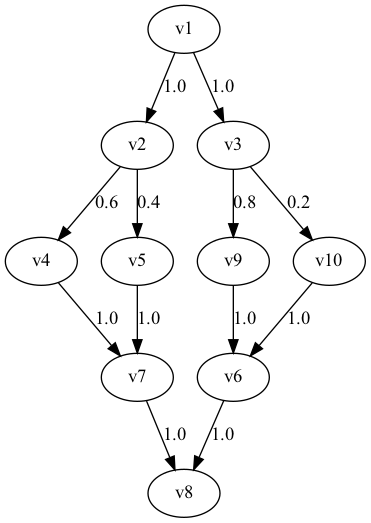
Before: src/main/resources/app_graph_pictures/APP10.png, a diagram exported from Graphviz (StudentWwg/Serverless-Workflow-Modeling-Optimization). Its source is kept beside it as src/main/resources/dot_file/APP10.dot.
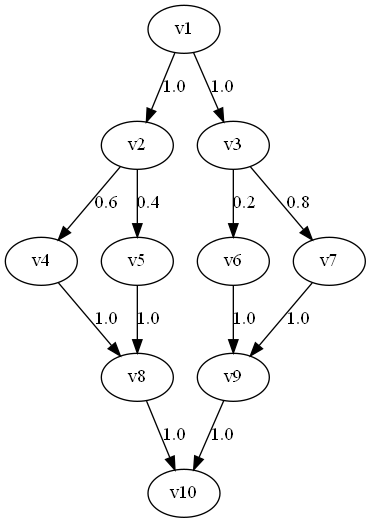
Later version of the same file.

Change to the diagram source:
```diff
@@ -13,12 +13,12 @@
 v1 -> v3 [label=1.0];
 v2 -> v4 [label=0.6];
 v2 -> v5 [label=0.4];
-v4 -> v7 [label=1.0];
-v5 -> v7 [label=1.0];
-v3 -> v10 [label=0.2];
-v3 -> v9 [label=0.8];
-v10 -> v6 [label=1.0];
-v9 -> v6 [label=1.0];
-v6 -> v8 [label=1.0];
-v7 -> v8 [label=1.0];
+v4 -> v8 [label=1.0];
+v5 -> v8 [label=1.0];
+v3 -> v6 [label=0.2];
+v3 -> v7 [label=0.8];
+v6 -> v9 [label=1.0];
+v7 -> v9 [label=1.0];
+v8 -> v10 [label=1.0];
+v9 -> v10 [label=1.0];
 }
```
